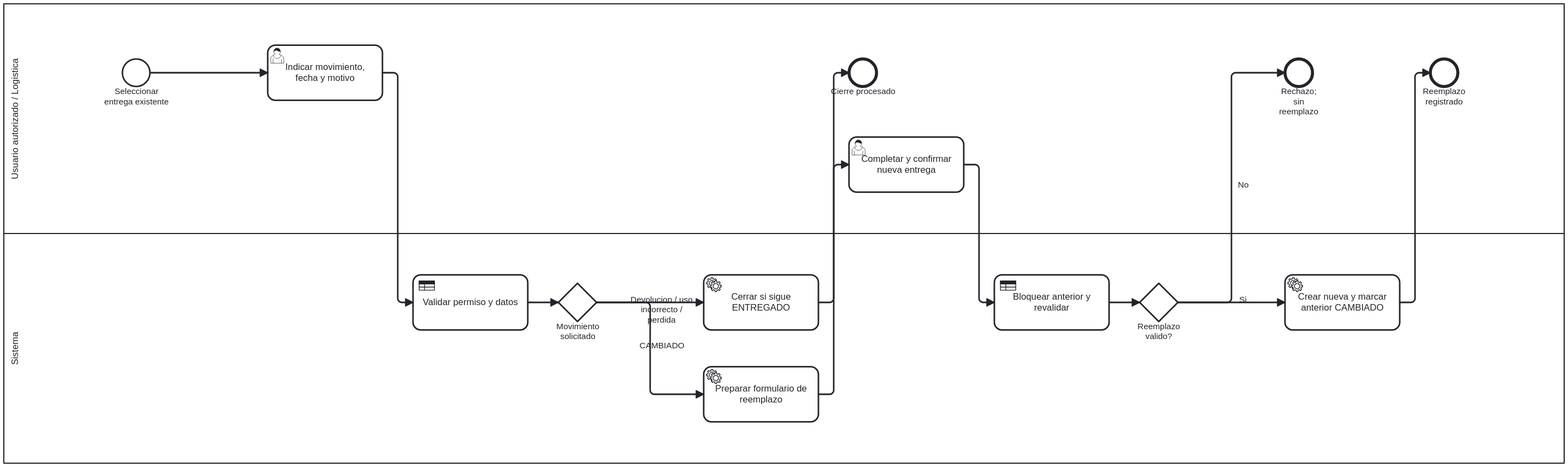
PabloGiaccomo/Proserge-Asistencia-Minera keeps this BPMN diagram as docs/processes/logistica-operativa/cerrar-reemplazar-epp.svg. Above is the earlier version. Its source is kept beside it as docs/processes/logistica-operativa/cerrar-reemplazar-epp.bpmn. Ids are renumbered.
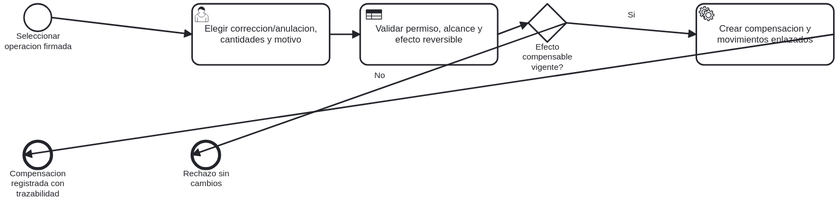
Later version of the same file.

The edit, as a diff of the source:
```diff
@@ -1,220 +1,36 @@
-<bpmn:definitions xmlns:bpmn="http://www.omg.org/spec/BPMN/20100524/MODEL" xmlns:bpmndi="http://www.omg.org/spec/BPMN/20100524/DI" xmlns:dc="http://www.omg.org/spec/DD/20100524/DC" xmlns:di="http://www.omg.org/spec/DD/20100524/DI" id="Definitions_cerrar_reemplazar_epp" targetNamespace="https://proserge.com/bpmn">
-  <bpmn:process id="Process_logistica_operativa_cerrar_reemplazar_epp" name="Cerrar o reemplazar entrega de EPP" isExecutable="false">
-    <bpmn:documentation>Parte de una entrega existente. Un cambio no cierra la anterior hasta confirmar la nueva entrega. | Evidencia: app/Modules/Epps/Services/EppService.php; app/Modules/Epps/Controllers/EppPageController.php; routes/web.php | Por confirmar: Criterio operativo para elegir desgaste, perdida, uso incorrecto o internamiento.</bpmn:documentation>
-    <bpmn:laneSet id="LaneSet_cerrar_reemplazar_epp">
-    <bpmn:lane id="Lane_User" name="Usuario autorizado / Logistica">
-      <bpmn:flowNodeRef>Start</bpmn:flowNodeRef>
-      <bpmn:flowNodeRef>Request</bpmn:flowNodeRef>
-      <bpmn:flowNodeRef>CloseEnd</bpmn:flowNodeRef>
-      <bpmn:flowNodeRef>Confirm</bpmn:flowNodeRef>
-      <bpmn:flowNodeRef>Done</bpmn:flowNodeRef>
-      <bpmn:flowNodeRef>Reject</bpmn:flowNodeRef>
-    </bpmn:lane>
-    <bpmn:lane id="Lane_System" name="Sistema">
-      <bpmn:flowNodeRef>Validate</bpmn:flowNodeRef>
-      <bpmn:flowNodeRef>Kind</bpmn:flowNodeRef>
-      <bpmn:flowNodeRef>Close</bpmn:flowNodeRef>
-      <bpmn:flowNodeRef>Prepare</bpmn:flowNodeRef>
-      <bpmn:flowNodeRef>Check</bpmn:flowNodeRef>
-      <bpmn:flowNodeRef>Valid</bpmn:flowNodeRef>
-      <bpmn:flowNodeRef>Replace</bpmn:flowNodeRef>
-    </bpmn:lane>
-    </bpmn:laneSet>
-    <bpmn:startEvent id="Start" name="Seleccionar entrega existente">
-      <bpmn:documentation>app/Modules/Epps/Controllers/EppPageController.php::closeEntrega</bpmn:documentation>
-      <bpmn:outgoing>Flow_0</bpmn:outgoing>
-    </bpmn:startEvent>
-    <bpmn:userTask id="Request" name="Indicar movimiento, fecha y motivo">
-      <bpmn:documentation>app/Modules/Epps/Controllers/EppPageController.php::closeEntrega: CAMBIADO, DEVUELTO, USO_INCORRECTO o PERDIDA_OLVIDO.</bpmn:documentation>
-      <bpmn:incoming>Flow_0</bpmn:incoming>
-      <bpmn:outgoing>Flow_1</bpmn:outgoing>
-    </bpmn:userTask>
-    <bpmn:businessRuleTask id="Validate" name="Validar permiso y datos">
-      <bpmn:documentation>routes/web.php: epps,registrar; app/Modules/Epps/Controllers/EppPageController.php::closeEntrega: valida estado y fecha. Fallos retornan sin mutacion.</bpmn:documentation>
-      <bpmn:incoming>Flow_1</bpmn:incoming>
-      <bpmn:outgoing>Flow_2</bpmn:outgoing>
-    </bpmn:businessRuleTask>
-    <bpmn:exclusiveGateway id="Kind" name="Movimiento solicitado">
-      <bpmn:documentation>app/Modules/Epps/Controllers/EppPageController.php::closeEntrega distingue CAMBIADO.</bpmn:documentation>
-      <bpmn:incoming>Flow_2</bpmn:incoming>
-      <bpmn:outgoing>Flow_3</bpmn:outgoing>
-      <bpmn:outgoing>Flow_5</bpmn:outgoing>
-    </bpmn:exclusiveGateway>
-    <bpmn:serviceTask id="Close" name="Cerrar si sigue ENTREGADO">
-      <bpmn:documentation>app/Modules/Epps/Services/EppService.php::closeEntrega: si ya cerrado retorna sin cambios; en otro caso guarda estado, motivo, fecha y actor.</bpmn:documentation>
-      <bpmn:incoming>Flow_3</bpmn:incoming>
-      <bpmn:outgoing>Flow_4</bpmn:outgoing>
-    </bpmn:serviceTask>
-    <bpmn:endEvent id="CloseEnd" name="Cierre procesado">
-      <bpmn:documentation>app/Modules/Epps/Services/EppService.php::closeEntrega; puede ser no-op si ya cerrado.</bpmn:documentation>
-      <bpmn:incoming>Flow_4</bpmn:incoming>
-    </bpmn:endEvent>
-    <bpmn:serviceTask id="Prepare" name="Preparar formulario de reemplazo">
-      <bpmn:documentation>app/Modules/Epps/Controllers/EppPageController.php::closeEntrega: exige ENTREGADO; retorna withInput, no cierra ni crea entrega aun.</bpmn:documentation>
-      <bpmn:incoming>Flow_5</bpmn:incoming>
-      <bpmn:outgoing>Flow_6</bpmn:outgoing>
-    </bpmn:serviceTask>
-    <bpmn:userTask id="Confirm" name="Completar y confirmar nueva entrega">
-      <bpmn:documentation>app/Modules/Epps/Controllers/EppPageController.php::storeEntrega: _epp_replaces_entrega_id enlaza la solicitud. Abandonar formulario no modifica entrega anterior.</bpmn:documentation>
-      <bpmn:incoming>Flow_6</bpmn:incoming>
-      <bpmn:outgoing>Flow_7</bpmn:outgoing>
-    </bpmn:userTask>
-    <bpmn:businessRuleTask id="Check" name="Bloquear anterior y revalidar">
-      <bpmn:documentation>app/Modules/Epps/Services/EppService.php::replaceEntrega: transaccion con lockForUpdate, exige ENTREGADO y mismo trabajador.</bpmn:documentation>
-      <bpmn:incoming>Flow_7</bpmn:incoming>
-      <bpmn:outgoing>Flow_8</bpmn:outgoing>
-    </bpmn:businessRuleTask>
-    <bpmn:exclusiveGateway id="Valid" name="Reemplazo valido?">
-      <bpmn:documentation>app/Modules/Epps/Services/EppService.php::replaceEntrega: InvalidArgumentException ante cierre previo o trabajador distinto.</bpmn:documentation>
-      <bpmn:incoming>Flow_8</bpmn:incoming>
-      <bpmn:outgoing>Flow_9</bpmn:outgoing>
-      <bpmn:outgoing>Flow_11</bpmn:outgoing>
-    </bpmn:exclusiveGateway>
-    <bpmn:serviceTask id="Replace" name="Crear nueva y marcar anterior CAMBIADO">
-      <bpmn:documentation>app/Modules/Epps/Services/EppService.php::replaceEntrega: deliver y cierre anterior dentro de transaccion. Excepcion revierte ambas escrituras.</bpmn:documentation>
-      <bpmn:incoming>Flow_9</bpmn:incoming>
-      <bpmn:outgoing>Flow_10</bpmn:outgoing>
-    </bpmn:serviceTask>
-    <bpmn:endEvent id="Done" name="Reemplazo registrado">
-      <bpmn:documentation>app/Modules/Epps/Services/EppService.php::replaceEntrega devuelve nueva entrega; conserva anterior.</bpmn:documentation>
-      <bpmn:incoming>Flow_10</bpmn:incoming>
-    </bpmn:endEvent>
-    <bpmn:endEvent id="Reject" name="Rechazo; sin reemplazo">
-      <bpmn:documentation>app/Modules/Epps/Services/EppService.php::replaceEntrega: validacion y rollback.</bpmn:documentation>
-      <bpmn:incoming>Flow_11</bpmn:incoming>
-    </bpmn:endEvent>
-    <bpmn:sequenceFlow id="Flow_0" sourceRef="Start" targetRef="Request"></bpmn:sequenceFlow>
-    <bpmn:sequenceFlow id="Flow_1" sourceRef="Request" targetRef="Validate"></bpmn:sequenceFlow>
-    <bpmn:sequenceFlow id="Flow_2" sourceRef="Validate" targetRef="Kind"></bpmn:sequenceFlow>
-    <bpmn:sequenceFlow id="Flow_3" sourceRef="Kind" targetRef="Close" name="Devolucion / uso incorrecto / perdida"></bpmn:sequenceFlow>
-    <bpmn:sequenceFlow id="Flow_4" sourceRef="Close" targetRef="CloseEnd"></bpmn:sequenceFlow>
-    <bpmn:sequenceFlow id="Flow_5" sourceRef="Kind" targetRef="Prepare" name="CAMBIADO"></bpmn:sequenceFlow>
-    <bpmn:sequenceFlow id="Flow_6" sourceRef="Prepare" targetRef="Confirm"></bpmn:sequenceFlow>
-    <bpmn:sequenceFlow id="Flow_7" sourceRef="Confirm" targetRef="Check"></bpmn:sequenceFlow>
-    <bpmn:sequenceFlow id="Flow_8" sourceRef="Check" targetRef="Valid"></bpmn:sequenceFlow>
-    <bpmn:sequenceFlow id="Flow_9" sourceRef="Valid" targetRef="Replace" name="Si"></bpmn:sequenceFlow>
-    <bpmn:sequenceFlow id="Flow_10" sourceRef="Replace" targetRef="Done"></bpmn:sequenceFlow>
-    <bpmn:sequenceFlow id="Flow_11" sourceRef="Valid" targetRef="Reject" name="No"></bpmn:sequenceFlow>
-  </bpmn:process>
-  <bpmndi:BPMNDiagram id="Diagram_cerrar_reemplazar_epp">
-    <bpmndi:BPMNPlane id="Plane_cerrar_reemplazar_epp" bpmnElement="Process_logistica_operativa_cerrar_reemplazar_epp">
-      <bpmndi:BPMNShape id="Lane_User_di" bpmnElement="Lane_User" isHorizontal="true">
-        <dc:Bounds x="60" y="70" width="2040" height="300" />
-      </bpmndi:BPMNShape>
-      <bpmndi:BPMNShape id="Lane_System_di" bpmnElement="Lane_System" isHorizontal="true">
-        <dc:Bounds x="60" y="370" width="2040" height="300" />
-      </bpmndi:BPMNShape>
-      <bpmndi:BPMNShape id="Start_di" bpmnElement="Start">
-        <dc:Bounds x="215" y="142" width="36" height="36" />
-      </bpmndi:BPMNShape>
-      <bpmndi:BPMNShape id="Request_di" bpmnElement="Request">
-        <dc:Bounds x="405" y="124" width="150" height="72" />
-      </bpmndi:BPMNShape>
-      <bpmndi:BPMNShape id="Validate_di" bpmnElement="Validate">
-        <dc:Bounds x="595" y="424" width="150" height="72" />
-      </bpmndi:BPMNShape>
-      <bpmndi:BPMNShape id="Kind_di" bpmnElement="Kind">
-        <dc:Bounds x="785" y="435" width="50" height="50" />
-      </bpmndi:BPMNShape>
-      <bpmndi:BPMNShape id="Close_di" bpmnElement="Close">
-        <dc:Bounds x="975" y="424" width="150" height="72" />
-      </bpmndi:BPMNShape>
-      <bpmndi:BPMNShape id="CloseEnd_di" bpmnElement="CloseEnd">
-        <dc:Bounds x="1165" y="142" width="36" height="36" />
-      </bpmndi:BPMNShape>
-      <bpmndi:BPMNShape id="Prepare_di" bpmnElement="Prepare">
-        <dc:Bounds x="975" y="544" width="150" height="72" />
-      </bpmndi:BPMNShape>
-      <bpmndi:BPMNShape id="Confirm_di" bpmnElement="Confirm">
-        <dc:Bounds x="1165" y="244" width="150" height="72" />
-      </bpmndi:BPMNShape>
-      <bpmndi:BPMNShape id="Check_di" bpmnElement="Check">
-        <dc:Bounds x="1355" y="424" width="150" height="72" />
-      </bpmndi:BPMNShape>
-      <bpmndi:BPMNShape id="Valid_di" bpmnElement="Valid">
-        <dc:Bounds x="1545" y="435" width="50" height="50" />
-      </bpmndi:BPMNShape>
-      <bpmndi:BPMNShape id="Replace_di" bpmnElement="Replace">
-        <dc:Bounds x="1735" y="424" width="150" height="72" />
-      </bpmndi:BPMNShape>
-      <bpmndi:BPMNShape id="Done_di" bpmnElement="Done">
-        <dc:Bounds x="1925" y="142" width="36" height="36" />
-      </bpmndi:BPMNShape>
-      <bpmndi:BPMNShape id="Reject_di" bpmnElement="Reject">
-        <dc:Bounds x="1735" y="142" width="36" height="36" />
-      </bpmndi:BPMNShape>
-      <bpmndi:BPMNEdge id="Flow_0_di" bpmnElement="Flow_0">
-        <di:waypoint x="251" y="160" />
-        <di:waypoint x="328" y="160" />
-        <di:waypoint x="328" y="160" />
-        <di:waypoint x="405" y="160" />
-      </bpmndi:BPMNEdge>
-      <bpmndi:BPMNEdge id="Flow_1_di" bpmnElement="Flow_1">
-        <di:waypoint x="555" y="160" />
-        <di:waypoint x="575" y="160" />
-        <di:waypoint x="575" y="460" />
-        <di:waypoint x="595" y="460" />
-      </bpmndi:BPMNEdge>
-      <bpmndi:BPMNEdge id="Flow_2_di" bpmnElement="Flow_2">
-        <di:waypoint x="745" y="460" />
-        <di:waypoint x="765" y="460" />
-        <di:waypoint x="765" y="460" />
-        <di:waypoint x="785" y="460" />
-      </bpmndi:BPMNEdge>
-      <bpmndi:BPMNEdge id="Flow_3_di" bpmnElement="Flow_3">
-        <di:waypoint x="835" y="460" />
-        <di:waypoint x="905" y="460" />
-        <di:waypoint x="905" y="460" />
-        <di:waypoint x="975" y="460" />
-      </bpmndi:BPMNEdge>
-      <bpmndi:BPMNEdge id="Flow_4_di" bpmnElement="Flow_4">
-        <di:waypoint x="1125" y="460" />
-        <di:waypoint x="1145" y="460" />
-        <di:waypoint x="1145" y="160" />
-        <di:waypoint x="1165" y="160" />
-      </bpmndi:BPMNEdge>
-      <bpmndi:BPMNEdge id="Flow_5_di" bpmnElement="Flow_5">
-        <di:waypoint x="835" y="460" />
-        <di:waypoint x="905" y="460" />
-        <di:waypoint x="905" y="580" />
-        <di:waypoint x="975" y="580" />
-      </bpmndi:BPMNEdge>
-      <bpmndi:BPMNEdge id="Flow_6_di" bpmnElement="Flow_6">
-        <di:waypoint x="1125" y="580" />
-        <di:waypoint x="1145" y="580" />
-        <di:waypoint x="1145" y="280" />
-        <di:waypoint x="1165" y="280" />
-      </bpmndi:BPMNEdge>
-      <bpmndi:BPMNEdge id="Flow_7_di" bpmnElement="Flow_7">
-        <di:waypoint x="1315" y="280" />
-        <di:waypoint x="1335" y="280" />
-        <di:waypoint x="1335" y="460" />
-        <di:waypoint x="1355" y="460" />
-      </bpmndi:BPMNEdge>
-      <bpmndi:BPMNEdge id="Flow_8_di" bpmnElement="Flow_8">
-        <di:waypoint x="1505" y="460" />
-        <di:waypoint x="1525" y="460" />
-        <di:waypoint x="1525" y="460" />
-        <di:waypoint x="1545" y="460" />
-      </bpmndi:BPMNEdge>
-      <bpmndi:BPMNEdge id="Flow_9_di" bpmnElement="Flow_9">
-        <di:waypoint x="1595" y="460" />
-        <di:waypoint x="1665" y="460" />
-        <di:waypoint x="1665" y="460" />
-        <di:waypoint x="1735" y="460" />
-      </bpmndi:BPMNEdge>
-      <bpmndi:BPMNEdge id="Flow_10_di" bpmnElement="Flow_10">
-        <di:waypoint x="1885" y="460" />
-        <di:waypoint x="1905" y="460" />
-        <di:waypoint x="1905" y="160" />
-        <di:waypoint x="1925" y="160" />
-      </bpmndi:BPMNEdge>
-      <bpmndi:BPMNEdge id="Flow_11_di" bpmnElement="Flow_11">
-        <di:waypoint x="1595" y="460" />
-        <di:waypoint x="1665" y="460" />
-        <di:waypoint x="1665" y="160" />
-        <di:waypoint x="1735" y="160" />
-      </bpmndi:BPMNEdge>
-    </bpmndi:BPMNPlane>
-  </bpmndi:BPMNDiagram>
+<bpmn:definitions xmlns:bpmn="http://www.omg.org/spec/BPMN/20100524/MODEL" xmlns:bpmndi="http://www.omg.org/spec/BPMN/20100524/DI" xmlns:dc="http://www.omg.org/spec/DD/20100524/DC" xmlns:di="http://www.omg.org/spec/DD/20100524/DI" id="Definitions_cerrar-reemplazar-epp" targetNamespace="https://proserge.com/bpmn">
+<bpmn:process id="Process" name="Corregir o anular operacion EPP firmada" isExecutable="false">
+<bpmn:laneSet id="Lanes">
+<bpmn:lane id="Lane_Usuario" name="Usuario"><bpmn:flowNodeRef>Start</bpmn:flowNodeRef><bpmn:flowNodeRef>Request</bpmn:flowNodeRef><bpmn:flowNodeRef>Done</bpmn:flowNodeRef><bpmn:flowNodeRef>Reject</bpmn:flowNodeRef></bpmn:lane>
+<bpmn:lane id="Lane_Sistema" name="Sistema"><bpmn:flowNodeRef>Check</bpmn:flowNodeRef><bpmn:flowNodeRef>Valid</bpmn:flowNodeRef><bpmn:flowNodeRef>Save</bpmn:flowNodeRef></bpmn:lane>
+</bpmn:laneSet>
+<bpmn:startEvent id="Start" name="Seleccionar operacion firmada"><bpmn:documentation>EppOperationPageController::show</bpmn:documentation><bpmn:outgoing>Flow_0</bpmn:outgoing></bpmn:startEvent>
+<bpmn:userTask id="Request" name="Elegir correccion/anulacion, cantidades y motivo"><bpmn:documentation>CorrectEppOperationRequest; AnnulEppOperationRequest</bpmn:documentation><bpmn:incoming>Flow_0</bpmn:incoming><bpmn:outgoing>Flow_1</bpmn:outgoing></bpmn:userTask>
+<bpmn:businessRuleTask id="Check" name="Validar permiso, alcance y efecto reversible"><bpmn:documentation>EppCorrectionService::compensate; policy correct/cancel; lockForUpdate</bpmn:documentation><bpmn:incoming>Flow_1</bpmn:incoming><bpmn:outgoing>Flow_2</bpmn:outgoing></bpmn:businessRuleTask>
+<bpmn:exclusiveGateway id="Valid" name="Efecto compensable vigente?"><bpmn:documentation>EppCorrectionService::remainingReversibleQuantity</bpmn:documentation><bpmn:incoming>Flow_2</bpmn:incoming><bpmn:outgoing>Flow_3</bpmn:outgoing><bpmn:outgoing>Flow_4</bpmn:outgoing></bpmn:exclusiveGateway>
+<bpmn:serviceTask id="Save" name="Crear compensacion y movimientos enlazados"><bpmn:documentation>EppCorrectionService::reverseDelivery/reverseReturn; conserva operacion y firma originales</bpmn:documentation><bpmn:incoming>Flow_3</bpmn:incoming><bpmn:outgoing>Flow_5</bpmn:outgoing></bpmn:serviceTask>
+<bpmn:endEvent id="Done" name="Compensacion registrada con trazabilidad"><bpmn:documentation>EppOperacion::operacionesCompensatorias; original inmutable</bpmn:documentation><bpmn:incoming>Flow_5</bpmn:incoming></bpmn:endEvent>
+<bpmn:endEvent id="Reject" name="Rechazo sin cambios"><bpmn:documentation>EppCorrectionService::compensate; excepcion y rollback</bpmn:documentation><bpmn:incoming>Flow_4</bpmn:incoming></bpmn:endEvent>
+<bpmn:sequenceFlow id="Flow_0" sourceRef="Start" targetRef="Request"/>
+<bpmn:sequenceFlow id="Flow_1" sourceRef="Request" targetRef="Check"/>
+<bpmn:sequenceFlow id="Flow_2" sourceRef="Check" targetRef="Valid"/>
+<bpmn:sequenceFlow id="Flow_3" sourceRef="Valid" targetRef="Save" name="Si"/>
+<bpmn:sequenceFlow id="Flow_4" sourceRef="Valid" targetRef="Reject" name="No"/>
+<bpmn:sequenceFlow id="Flow_5" sourceRef="Save" targetRef="Done"/>
+</bpmn:process>
+<bpmndi:BPMNDiagram id="Diagram"><bpmndi:BPMNPlane id="Plane" bpmnElement="Process">
+<bpmndi:BPMNShape id="Shape_Start" bpmnElement="Start"><dc:Bounds x="90" y="100" width="36" height="36"/></bpmndi:BPMNShape>
+<bpmndi:BPMNShape id="Shape_Request" bpmnElement="Request"><dc:Bounds x="310" y="100" width="180" height="80"/></bpmndi:BPMNShape>
+<bpmndi:BPMNShape id="Shape_Check" bpmnElement="Check"><dc:Bounds x="530" y="100" width="180" height="80"/></bpmndi:BPMNShape>
+<bpmndi:BPMNShape id="Shape_Valid" bpmnElement="Valid"><dc:Bounds x="750" y="100" width="50" height="50"/></bpmndi:BPMNShape>
+<bpmndi:BPMNShape id="Shape_Save" bpmnElement="Save"><dc:Bounds x="970" y="100" width="180" height="80"/></bpmndi:BPMNShape>
+<bpmndi:BPMNShape id="Shape_Done" bpmnElement="Done"><dc:Bounds x="90" y="280" width="36" height="36"/></bpmndi:BPMNShape>
+<bpmndi:BPMNShape id="Shape_Reject" bpmnElement="Reject"><dc:Bounds x="310" y="280" width="36" height="36"/></bpmndi:BPMNShape>
+<bpmndi:BPMNEdge id="Edge_0" bpmnElement="Flow_0"><di:waypoint x="126" y="118"/><di:waypoint x="310" y="140"/></bpmndi:BPMNEdge>
+<bpmndi:BPMNEdge id="Edge_1" bpmnElement="Flow_1"><di:waypoint x="490" y="140"/><di:waypoint x="530" y="140"/></bpmndi:BPMNEdge>
+<bpmndi:BPMNEdge id="Edge_2" bpmnElement="Flow_2"><di:waypoint x="710" y="140"/><di:waypoint x="750" y="125"/></bpmndi:BPMNEdge>
+<bpmndi:BPMNEdge id="Edge_3" bpmnElement="Flow_3"><di:waypoint x="800" y="125"/><di:waypoint x="970" y="140"/></bpmndi:BPMNEdge>
+<bpmndi:BPMNEdge id="Edge_4" bpmnElement="Flow_4"><di:waypoint x="800" y="125"/><di:waypoint x="310" y="298"/></bpmndi:BPMNEdge>
+<bpmndi:BPMNEdge id="Edge_5" bpmnElement="Flow_5"><di:waypoint x="1150" y="140"/><di:waypoint x="90" y="298"/></bpmndi:BPMNEdge>
+</bpmndi:BPMNPlane></bpmndi:BPMNDiagram>
 </bpmn:definitions>
```
